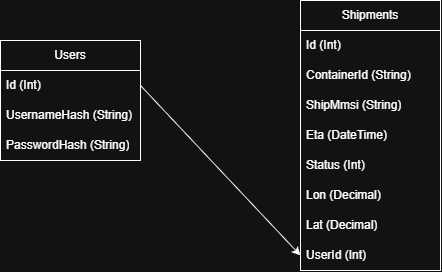
This is Documentation/Charts/ShipmentTrackingDB.drawio.png from Timanttiso/ShipmentTracking, a draw.io export, as it was before one commit. Source tidied: cells renumbered, new cells last; positions are measured from the earlier drawing's top-left corner, leaving out a move shared by most shapes.
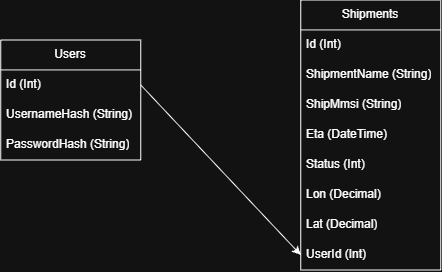
Above is the later version.

The edit, as a diff of the source:
```diff
@@ -8,9 +8,9 @@
     <mxCell id="3" value="Id (Int)" style="text;strokeColor=none;fillColor=none;align=left;verticalAlign=middle;spacingLeft=4;spacingRight=4;overflow=hidden;whiteSpace=wrap;html=1;" parent="2" vertex="1">
       <mxGeometry y="30" width="140" height="30" as="geometry" />
     </mxCell>
-    <mxCell id="4" value="ContainerId (String)" style="text;strokeColor=none;fillColor=none;align=left;verticalAlign=middle;spacingLeft=4;spacingRight=4;overflow=hidden;whiteSpace=wrap;html=1;" parent="2" vertex="1">
-      <mxGeometry y="60" width="140" height="30" as="geometry" />
-    </mxCell>
+    <mxCell id="16" value="ShipmentName (String)" style="text;strokeColor=none;fillColor=none;align=left;verticalAlign=middle;spacingLeft=4;spacingRight=4;overflow=hidden;whiteSpace=wrap;html=1;" parent="2" vertex="1">
+      <mxGeometry y="60" width="140" height="30" as="geometry" />
+    </mxCell>
     <mxCell id="5" value="ShipMmsi (String)" style="text;strokeColor=none;fillColor=none;align=left;verticalAlign=middle;spacingLeft=4;spacingRight=4;overflow=hidden;whiteSpace=wrap;html=1;" parent="2" vertex="1">
       <mxGeometry y="90" width="140" height="30" as="geometry" />
     </mxCell>
```
